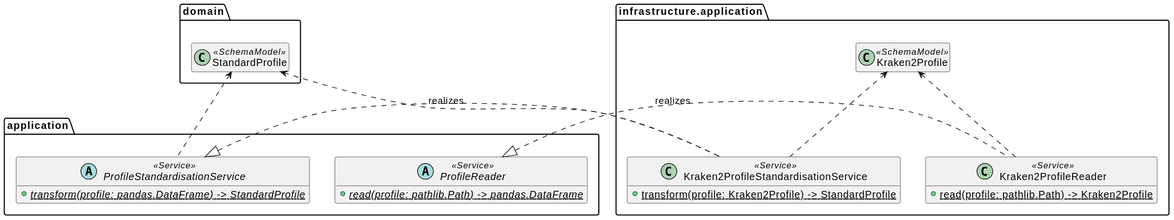
This is docs/contributing/taxpasta_profiler_support_overview.svg from taxprofiler/taxpasta, a PlantUML export, as it was before one commit. The source it was exported from:
```plantuml
@startuml "taxpasta_profiler_support_overview"

abstract class application.ProfileReader <<Service>> {
    + {static} {abstract} read(profile: pathlib.Path) -> pandas.DataFrame
}
class infrastructure.application.Kraken2ProfileReader <<Service>> {
    + {static} read(profile: pathlib.Path) -> Kraken2Profile
}
application.ProfileReader <|. infrastructure.application.Kraken2ProfileReader : realizes


abstract class application.ProfileStandardisationService <<Service>> {
    + {static} {abstract} transform(profile: pandas.DataFrame) -> StandardProfile
}
class infrastructure.application.Kraken2ProfileStandardisationService <<Service>> {
    + {static} transform(profile: Kraken2Profile) -> StandardProfile
}
application.ProfileStandardisationService <|. infrastructure.application.Kraken2ProfileStandardisationService : realizes

class domain.StandardProfile <<SchemaModel>>
class infrastructure.application.Kraken2Profile <<SchemaModel>>

infrastructure.application.Kraken2Profile <.. infrastructure.application.Kraken2ProfileReader
infrastructure.application.Kraken2Profile <.. infrastructure.application.Kraken2ProfileStandardisationService

domain.StandardProfile <.. application.ProfileStandardisationService
domain.StandardProfile <.. infrastructure.application.Kraken2ProfileStandardisationService

hide empty members

@enduml
```
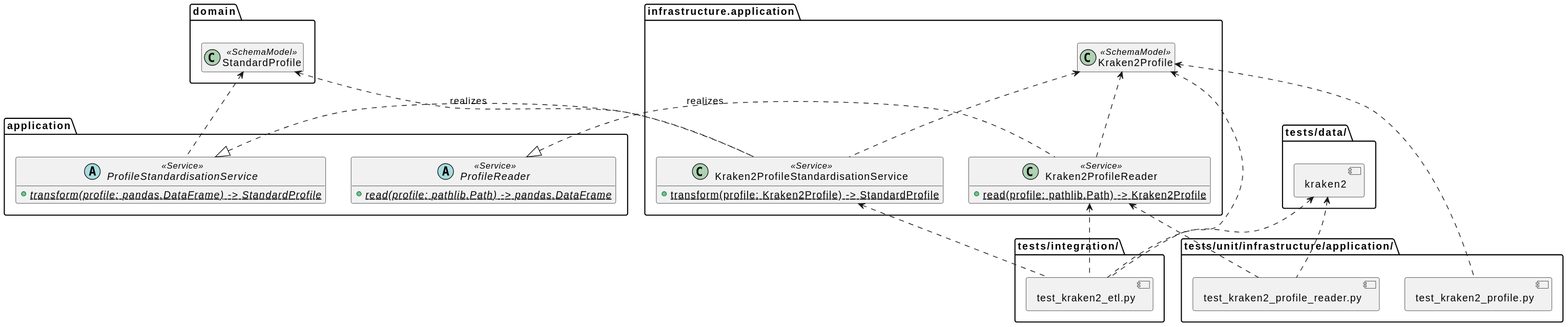
The same diagram one commit later.

Commit message:
docs: modify overview diagram

Diff of the diagram source:
```diff
@@ -1,4 +1,8 @@
 @startuml "taxpasta_profiler_support_overview"
+
+allowmixing
+
+set namespaceSeparator .
 
 abstract class application.ProfileReader <<Service>> {
     + {static} {abstract} read(profile: pathlib.Path) -> pandas.DataFrame
@@ -26,6 +30,30 @@
 domain.StandardProfile <.. application.ProfileStandardisationService
 domain.StandardProfile <.. infrastructure.application.Kraken2ProfileStandardisationService
 
+set namespaceSeparator /
+
+folder "tests/data/" {
+    component "kraken2"
+}
+
+folder "tests/unit/infrastructure/application/" {
+    component "test_kraken2_profile.py"
+    component "test_kraken2_profile_reader.py"
+
+    infrastructure.application.Kraken2Profile <.. "test_kraken2_profile.py"
+    infrastructure.application.Kraken2ProfileReader <.. "test_kraken2_profile_reader.py"
+    "kraken2" <.. "test_kraken2_profile_reader.py"
+}
+
+folder "tests/integration/" {
+    component "test_kraken2_etl.py"
+
+    infrastructure.application.Kraken2Profile <.. "test_kraken2_etl.py"
+    infrastructure.application.Kraken2ProfileReader <.. "test_kraken2_etl.py"
+    infrastructure.application.Kraken2ProfileStandardisationService <.. "test_kraken2_etl.py"
+    "kraken2" <.. "test_kraken2_etl.py"
+}
+
 hide empty members
 
 @enduml
```
